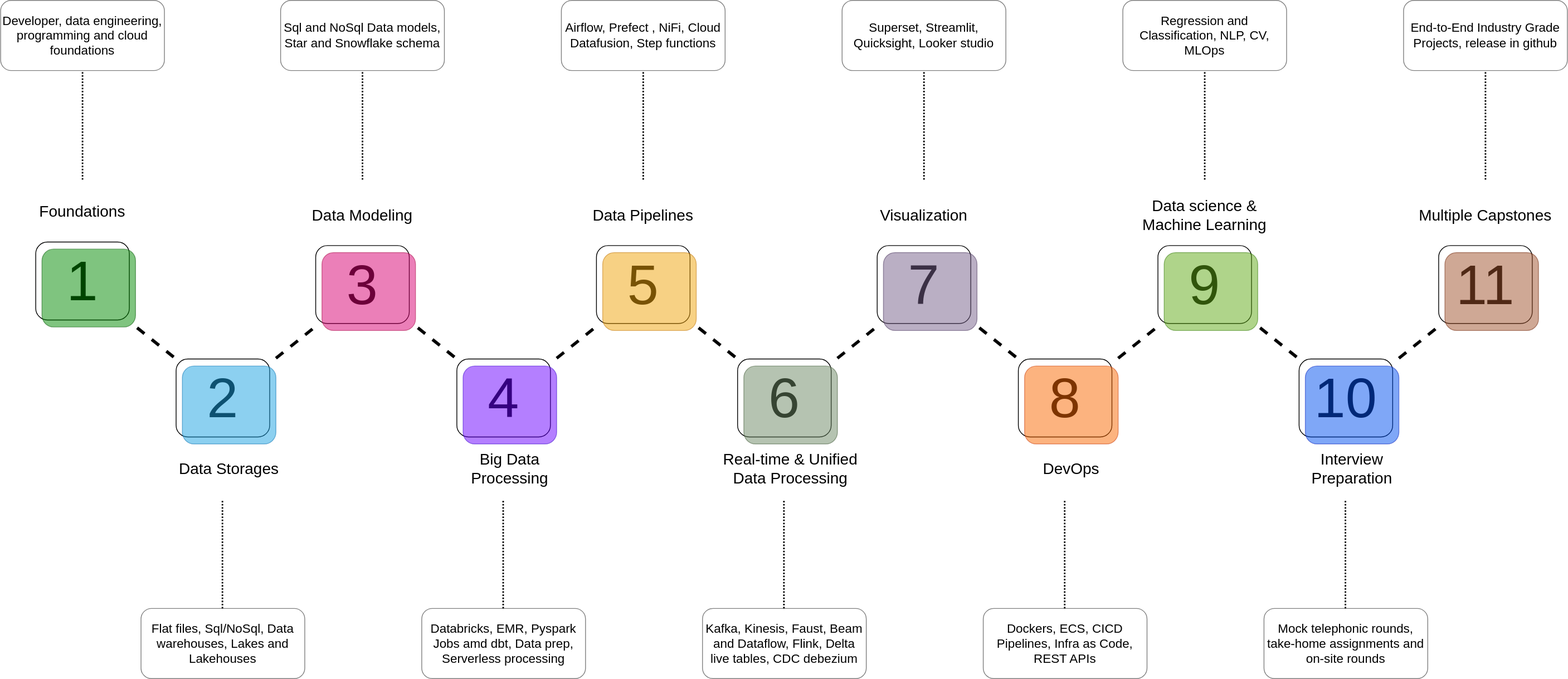
sparsh-ai/recohut keeps this draw.io diagram as 00-curriculum/img/advanced.drawio.svg. Above is the earlier version. Source tidied: cells renumbered, new cells last; positions are measured from the earlier drawing's top-left corner, leaving out a move shared by most shapes. Source of this version:
```xml
<mxGraphModel>
  <root>
    <mxCell id="0" />
    <mxCell id="1" parent="0" />
    <mxCell id="2" value="1" style="rounded=1;whiteSpace=wrap;html=1;fontSize=72;fontStyle=0;" parent="1" vertex="1">
      <mxGeometry x="45" y="310" width="120" height="100" as="geometry" />
    </mxCell>
    <mxCell id="3" style="rounded=1;whiteSpace=wrap;html=1;fontSize=72;fontStyle=0;fillColor=#008a00;fontColor=#ffffff;strokeColor=#005700;opacity=50;" parent="1" vertex="1">
      <mxGeometry x="53" y="319" width="120" height="100" as="geometry" />
    </mxCell>
    <mxCell id="4" value="Foundations" style="text;html=1;strokeColor=none;fillColor=none;align=center;verticalAlign=middle;whiteSpace=wrap;rounded=0;fontSize=20;opacity=50;" parent="1" vertex="1">
      <mxGeometry x="15" y="230" width="180" height="80" as="geometry" />
    </mxCell>
    <mxCell id="5" value="2" style="rounded=1;whiteSpace=wrap;html=1;fontSize=72;fontStyle=0;" parent="1" vertex="1">
      <mxGeometry x="225" y="460" width="120" height="100" as="geometry" />
    </mxCell>
    <mxCell id="6" style="endArrow=none;dashed=1;html=1;fontSize=20;strokeWidth=4;" parent="1" edge="1">
      <mxGeometry relative="1" as="geometry">
        <mxPoint x="175" y="420" as="sourcePoint" />
        <mxPoint x="225" y="460" as="targetPoint" />
      </mxGeometry>
    </mxCell>
    <mxCell id="7" style="rounded=1;whiteSpace=wrap;html=1;fontSize=72;fontStyle=0;fillColor=#1ba1e2;fontColor=#ffffff;strokeColor=#006EAF;opacity=50;" parent="1" vertex="1">
      <mxGeometry x="233" y="469" width="120" height="100" as="geometry" />
    </mxCell>
    <mxCell id="8" value="3" style="rounded=1;whiteSpace=wrap;html=1;fontSize=72;fontStyle=0;" parent="1" vertex="1">
      <mxGeometry x="404" y="314.5" width="120" height="100" as="geometry" />
    </mxCell>
    <mxCell id="9" style="endArrow=none;dashed=1;html=1;fontSize=20;strokeWidth=4;" parent="1" edge="1">
      <mxGeometry relative="1" as="geometry">
        <mxPoint x="353" y="459" as="sourcePoint" />
        <mxPoint x="403" y="419" as="targetPoint" />
      </mxGeometry>
    </mxCell>
    <mxCell id="10" style="rounded=1;whiteSpace=wrap;html=1;fontSize=72;fontStyle=0;fillColor=#d80073;fontColor=#ffffff;strokeColor=#A50040;opacity=50;" parent="1" vertex="1">
      <mxGeometry x="412" y="323.5" width="120" height="100" as="geometry" />
    </mxCell>
    <mxCell id="11" style="endArrow=none;html=1;strokeWidth=2;fontSize=20;exitX=0.5;exitY=0;exitDx=0;exitDy=0;dashed=1;dashPattern=1 1;" parent="1" edge="1" source="4">
      <mxGeometry relative="1" as="geometry">
        <mxPoint x="105" y="90" as="targetPoint" />
      </mxGeometry>
    </mxCell>
    <mxCell id="12" value="Developer, data engineering, programming and cloud foundations" style="rounded=1;whiteSpace=wrap;html=1;fontSize=16;fillColor=default;opacity=50;" parent="1" vertex="1">
      <mxGeometry width="210" height="90" as="geometry" />
    </mxCell>
    <mxCell id="13" style="endArrow=none;html=1;strokeWidth=2;fontSize=20;exitX=0.5;exitY=0;exitDx=0;exitDy=0;dashed=1;dashPattern=1 1;" parent="1" edge="1">
      <mxGeometry relative="1" as="geometry">
        <mxPoint x="464" y="230" as="sourcePoint" />
        <mxPoint x="464" y="90" as="targetPoint" />
      </mxGeometry>
    </mxCell>
    <mxCell id="14" value="Sql and NoSql Data models, Star and Snowflake schema" style="rounded=1;whiteSpace=wrap;html=1;fontSize=16;fillColor=default;opacity=50;" parent="1" vertex="1">
      <mxGeometry x="359" width="210" height="90" as="geometry" />
    </mxCell>
    <mxCell id="15" style="endArrow=none;html=1;strokeWidth=2;fontSize=20;exitX=0.5;exitY=0;exitDx=0;exitDy=0;dashed=1;dashPattern=1 1;" parent="1" edge="1">
      <mxGeometry relative="1" as="geometry">
        <mxPoint x="284.4" y="780" as="sourcePoint" />
        <mxPoint x="284.4" y="640" as="targetPoint" />
      </mxGeometry>
    </mxCell>
    <mxCell id="16" value="Flat files, Sql/NoSql, Data warehouses, Lakes and Lakehouses" style="rounded=1;whiteSpace=wrap;html=1;fontSize=16;fillColor=default;opacity=50;" parent="1" vertex="1">
      <mxGeometry x="180" y="780" width="210" height="90" as="geometry" />
    </mxCell>
    <mxCell id="17" value="Data Storages" style="text;html=1;strokeColor=none;fillColor=none;align=center;verticalAlign=middle;whiteSpace=wrap;rounded=0;fontSize=20;opacity=50;" parent="1" vertex="1">
      <mxGeometry x="203" y="560" width="180" height="80" as="geometry" />
    </mxCell>
    <mxCell id="18" value="Data Modeling" style="text;html=1;strokeColor=none;fillColor=none;align=center;verticalAlign=middle;whiteSpace=wrap;rounded=0;fontSize=20;opacity=50;" parent="1" vertex="1">
      <mxGeometry x="374" y="234.5" width="180" height="80" as="geometry" />
    </mxCell>
    <mxCell id="19" value="4" style="rounded=1;whiteSpace=wrap;html=1;fontSize=72;fontStyle=0;" parent="1" vertex="1">
      <mxGeometry x="585" y="460" width="120" height="100" as="geometry" />
    </mxCell>
    <mxCell id="20" style="endArrow=none;dashed=1;html=1;fontSize=20;strokeWidth=4;" parent="1" edge="1">
      <mxGeometry relative="1" as="geometry">
        <mxPoint x="535" y="420" as="sourcePoint" />
        <mxPoint x="585" y="460" as="targetPoint" />
      </mxGeometry>
    </mxCell>
    <mxCell id="21" style="endArrow=none;html=1;strokeWidth=2;fontSize=20;exitX=0.5;exitY=0;exitDx=0;exitDy=0;dashed=1;dashPattern=1 1;" parent="1" edge="1">
      <mxGeometry relative="1" as="geometry">
        <mxPoint x="644.4" y="780" as="sourcePoint" />
        <mxPoint x="644.4" y="640" as="targetPoint" />
      </mxGeometry>
    </mxCell>
    <mxCell id="22" value="Databricks, EMR, Pyspark Jobs amd dbt, Data prep, Serverless processing" style="rounded=1;whiteSpace=wrap;html=1;fontSize=16;fillColor=default;opacity=50;" parent="1" vertex="1">
      <mxGeometry x="540" y="780" width="210" height="90" as="geometry" />
    </mxCell>
    <mxCell id="23" value="Big Data Processing" style="text;html=1;strokeColor=none;fillColor=none;align=center;verticalAlign=middle;whiteSpace=wrap;rounded=0;fontSize=20;opacity=50;" parent="1" vertex="1">
      <mxGeometry x="563" y="560" width="180" height="80" as="geometry" />
    </mxCell>
    <mxCell id="24" style="rounded=1;whiteSpace=wrap;html=1;fontSize=72;fontStyle=0;fillColor=#6a00ff;fontColor=#ffffff;strokeColor=#3700CC;opacity=50;" parent="1" vertex="1">
      <mxGeometry x="593" y="469" width="120" height="100" as="geometry" />
    </mxCell>
    <mxCell id="25" value="5" style="rounded=1;whiteSpace=wrap;html=1;fontSize=72;fontStyle=0;" parent="1" vertex="1">
      <mxGeometry x="764" y="314.5" width="120" height="100" as="geometry" />
    </mxCell>
    <mxCell id="26" style="endArrow=none;dashed=1;html=1;fontSize=20;strokeWidth=4;" parent="1" edge="1">
      <mxGeometry relative="1" as="geometry">
        <mxPoint x="713" y="459" as="sourcePoint" />
        <mxPoint x="763" y="419" as="targetPoint" />
      </mxGeometry>
    </mxCell>
    <mxCell id="27" style="endArrow=none;html=1;strokeWidth=2;fontSize=20;exitX=0.5;exitY=0;exitDx=0;exitDy=0;dashed=1;dashPattern=1 1;" parent="1" edge="1">
      <mxGeometry relative="1" as="geometry">
        <mxPoint x="824" y="230" as="sourcePoint" />
        <mxPoint x="824" y="90" as="targetPoint" />
      </mxGeometry>
    </mxCell>
    <mxCell id="28" value="Airflow, Prefect , NiFi, Cloud Datafusion, Step functions" style="rounded=1;whiteSpace=wrap;html=1;fontSize=16;fillColor=default;opacity=50;" parent="1" vertex="1">
      <mxGeometry x="719" width="210" height="90" as="geometry" />
    </mxCell>
    <mxCell id="29" value="Data Pipelines" style="text;html=1;strokeColor=none;fillColor=none;align=center;verticalAlign=middle;whiteSpace=wrap;rounded=0;fontSize=20;opacity=50;" parent="1" vertex="1">
      <mxGeometry x="734" y="234.5" width="180" height="80" as="geometry" />
    </mxCell>
    <mxCell id="30" style="rounded=1;whiteSpace=wrap;html=1;fontSize=72;fontStyle=0;fillColor=#f0a30a;fontColor=#000000;strokeColor=#BD7000;opacity=50;" parent="1" vertex="1">
      <mxGeometry x="772" y="323.5" width="120" height="100" as="geometry" />
    </mxCell>
    <mxCell id="31" value="6" style="rounded=1;whiteSpace=wrap;html=1;fontSize=72;fontStyle=0;" parent="1" vertex="1">
      <mxGeometry x="945" y="460" width="120" height="100" as="geometry" />
    </mxCell>
    <mxCell id="32" style="endArrow=none;dashed=1;html=1;fontSize=20;strokeWidth=4;" parent="1" edge="1">
      <mxGeometry relative="1" as="geometry">
        <mxPoint x="895" y="420" as="sourcePoint" />
        <mxPoint x="945" y="460" as="targetPoint" />
      </mxGeometry>
    </mxCell>
    <mxCell id="33" style="endArrow=none;html=1;strokeWidth=2;fontSize=20;exitX=0.5;exitY=0;exitDx=0;exitDy=0;dashed=1;dashPattern=1 1;" parent="1" edge="1">
      <mxGeometry relative="1" as="geometry">
        <mxPoint x="1004.4" y="780" as="sourcePoint" />
        <mxPoint x="1004.4" y="640" as="targetPoint" />
      </mxGeometry>
    </mxCell>
    <mxCell id="34" value="Kafka, Kinesis, Faust, Beam and Dataflow, Flink, Delta live tables, CDC debezium" style="rounded=1;whiteSpace=wrap;html=1;fontSize=16;fillColor=default;opacity=50;" parent="1" vertex="1">
      <mxGeometry x="900" y="780" width="210" height="90" as="geometry" />
    </mxCell>
    <mxCell id="35" value="Real-time &amp;amp; Unified Data Processing" style="text;html=1;strokeColor=none;fillColor=none;align=center;verticalAlign=middle;whiteSpace=wrap;rounded=0;fontSize=20;opacity=50;" parent="1" vertex="1">
      <mxGeometry x="923" y="560" width="180" height="80" as="geometry" />
    </mxCell>
    <mxCell id="36" style="rounded=1;whiteSpace=wrap;html=1;fontSize=72;fontStyle=0;fillColor=#6d8764;fontColor=#ffffff;strokeColor=#3A5431;opacity=50;" parent="1" vertex="1">
      <mxGeometry x="953" y="469" width="120" height="100" as="geometry" />
    </mxCell>
    <mxCell id="37" value="7" style="rounded=1;whiteSpace=wrap;html=1;fontSize=72;fontStyle=0;" parent="1" vertex="1">
      <mxGeometry x="1124" y="314.5" width="120" height="100" as="geometry" />
    </mxCell>
    <mxCell id="38" style="endArrow=none;dashed=1;html=1;fontSize=20;strokeWidth=4;" parent="1" edge="1">
      <mxGeometry relative="1" as="geometry">
        <mxPoint x="1073" y="459" as="sourcePoint" />
        <mxPoint x="1123" y="419" as="targetPoint" />
      </mxGeometry>
    </mxCell>
    <mxCell id="39" style="endArrow=none;html=1;strokeWidth=2;fontSize=20;exitX=0.5;exitY=0;exitDx=0;exitDy=0;dashed=1;dashPattern=1 1;" parent="1" edge="1">
      <mxGeometry relative="1" as="geometry">
        <mxPoint x="1184" y="230" as="sourcePoint" />
        <mxPoint x="1184" y="90" as="targetPoint" />
      </mxGeometry>
    </mxCell>
    <mxCell id="40" value="Superset, Streamlit, Quicksight, Looker studio" style="rounded=1;whiteSpace=wrap;html=1;fontSize=16;fillColor=default;opacity=50;" parent="1" vertex="1">
      <mxGeometry x="1079" width="210" height="90" as="geometry" />
    </mxCell>
    <mxCell id="41" value="Visualization" style="text;html=1;strokeColor=none;fillColor=none;align=center;verticalAlign=middle;whiteSpace=wrap;rounded=0;fontSize=20;opacity=50;" parent="1" vertex="1">
      <mxGeometry x="1094" y="234.5" width="180" height="80" as="geometry" />
    </mxCell>
    <mxCell id="42" style="rounded=1;whiteSpace=wrap;html=1;fontSize=72;fontStyle=0;fillColor=#76608a;fontColor=#ffffff;strokeColor=#432D57;opacity=50;" parent="1" vertex="1">
      <mxGeometry x="1132" y="323.5" width="120" height="100" as="geometry" />
    </mxCell>
    <mxCell id="43" value="8" style="rounded=1;whiteSpace=wrap;html=1;fontSize=72;fontStyle=0;" parent="1" vertex="1">
      <mxGeometry x="1305" y="460" width="120" height="100" as="geometry" />
    </mxCell>
    <mxCell id="44" style="endArrow=none;dashed=1;html=1;fontSize=20;strokeWidth=4;" parent="1" edge="1">
      <mxGeometry relative="1" as="geometry">
        <mxPoint x="1255" y="420" as="sourcePoint" />
        <mxPoint x="1305" y="460" as="targetPoint" />
      </mxGeometry>
    </mxCell>
    <mxCell id="45" style="endArrow=none;html=1;strokeWidth=2;fontSize=20;exitX=0.5;exitY=0;exitDx=0;exitDy=0;dashed=1;dashPattern=1 1;" parent="1" edge="1">
      <mxGeometry relative="1" as="geometry">
        <mxPoint x="1364.4" y="780" as="sourcePoint" />
        <mxPoint x="1364.4" y="640" as="targetPoint" />
      </mxGeometry>
    </mxCell>
    <mxCell id="46" value="Dockers, ECS, CICD Pipelines, Infra as Code, REST APIs" style="rounded=1;whiteSpace=wrap;html=1;fontSize=16;fillColor=default;opacity=50;" parent="1" vertex="1">
      <mxGeometry x="1260" y="780" width="210" height="90" as="geometry" />
    </mxCell>
    <mxCell id="47" value="DevOps" style="text;html=1;strokeColor=none;fillColor=none;align=center;verticalAlign=middle;whiteSpace=wrap;rounded=0;fontSize=20;opacity=50;" parent="1" vertex="1">
      <mxGeometry x="1283" y="560" width="180" height="80" as="geometry" />
    </mxCell>
    <mxCell id="48" style="rounded=1;whiteSpace=wrap;html=1;fontSize=72;fontStyle=0;fillColor=#fa6800;fontColor=#000000;strokeColor=#C73500;opacity=50;" parent="1" vertex="1">
      <mxGeometry x="1313" y="469" width="120" height="100" as="geometry" />
    </mxCell>
    <mxCell id="49" value="9" style="rounded=1;whiteSpace=wrap;html=1;fontSize=72;fontStyle=0;" parent="1" vertex="1">
      <mxGeometry x="1484" y="314.5" width="120" height="100" as="geometry" />
    </mxCell>
    <mxCell id="50" style="endArrow=none;dashed=1;html=1;fontSize=20;strokeWidth=4;" parent="1" edge="1">
      <mxGeometry relative="1" as="geometry">
        <mxPoint x="1433" y="459" as="sourcePoint" />
        <mxPoint x="1483" y="419" as="targetPoint" />
      </mxGeometry>
    </mxCell>
    <mxCell id="51" style="endArrow=none;html=1;strokeWidth=2;fontSize=20;exitX=0.5;exitY=0;exitDx=0;exitDy=0;dashed=1;dashPattern=1 1;" parent="1" edge="1">
      <mxGeometry relative="1" as="geometry">
        <mxPoint x="1544" y="230" as="sourcePoint" />
        <mxPoint x="1544" y="90" as="targetPoint" />
      </mxGeometry>
    </mxCell>
    <mxCell id="52" value="Regression and Classification, NLP, CV, MLOps" style="rounded=1;whiteSpace=wrap;html=1;fontSize=16;fillColor=default;opacity=50;" parent="1" vertex="1">
      <mxGeometry x="1439" width="210" height="90" as="geometry" />
    </mxCell>
    <mxCell id="53" value="Data science &amp;amp; Machine Learning" style="text;html=1;strokeColor=none;fillColor=none;align=center;verticalAlign=middle;whiteSpace=wrap;rounded=0;fontSize=20;opacity=50;" parent="1" vertex="1">
      <mxGeometry x="1454" y="234.5" width="180" height="80" as="geometry" />
    </mxCell>
    <mxCell id="54" style="rounded=1;whiteSpace=wrap;html=1;fontSize=72;fontStyle=0;fillColor=#60a917;fontColor=#ffffff;strokeColor=#2D7600;opacity=50;" parent="1" vertex="1">
      <mxGeometry x="1492" y="323.5" width="120" height="100" as="geometry" />
    </mxCell>
    <mxCell id="55" value="10" style="rounded=1;whiteSpace=wrap;html=1;fontSize=72;fontStyle=0;" parent="1" vertex="1">
      <mxGeometry x="1665" y="460" width="120" height="100" as="geometry" />
    </mxCell>
    <mxCell id="56" style="endArrow=none;dashed=1;html=1;fontSize=20;strokeWidth=4;" parent="1" edge="1">
      <mxGeometry relative="1" as="geometry">
        <mxPoint x="1615" y="420" as="sourcePoint" />
        <mxPoint x="1665" y="460" as="targetPoint" />
      </mxGeometry>
    </mxCell>
    <mxCell id="57" style="endArrow=none;html=1;strokeWidth=2;fontSize=20;exitX=0.5;exitY=0;exitDx=0;exitDy=0;dashed=1;dashPattern=1 1;" parent="1" edge="1">
      <mxGeometry relative="1" as="geometry">
        <mxPoint x="1724.4" y="780" as="sourcePoint" />
        <mxPoint x="1724.4" y="640" as="targetPoint" />
      </mxGeometry>
    </mxCell>
    <mxCell id="58" value="Mock telephonic rounds, take-home assignments and on-site rounds" style="rounded=1;whiteSpace=wrap;html=1;fontSize=16;fillColor=default;opacity=50;" parent="1" vertex="1">
      <mxGeometry x="1620" y="780" width="210" height="90" as="geometry" />
    </mxCell>
    <mxCell id="59" value="Interview Preparation" style="text;html=1;strokeColor=none;fillColor=none;align=center;verticalAlign=middle;whiteSpace=wrap;rounded=0;fontSize=20;opacity=50;" parent="1" vertex="1">
      <mxGeometry x="1643" y="560" width="180" height="80" as="geometry" />
    </mxCell>
    <mxCell id="60" style="rounded=1;whiteSpace=wrap;html=1;fontSize=72;fontStyle=0;fillColor=#0050ef;fontColor=#ffffff;strokeColor=#001DBC;opacity=50;" parent="1" vertex="1">
      <mxGeometry x="1673" y="469" width="120" height="100" as="geometry" />
    </mxCell>
    <mxCell id="61" value="11" style="rounded=1;whiteSpace=wrap;html=1;fontSize=72;fontStyle=0;" parent="1" vertex="1">
      <mxGeometry x="1844" y="314.5" width="120" height="100" as="geometry" />
    </mxCell>
    <mxCell id="62" style="endArrow=none;dashed=1;html=1;fontSize=20;strokeWidth=4;" parent="1" edge="1">
      <mxGeometry relative="1" as="geometry">
        <mxPoint x="1793" y="459" as="sourcePoint" />
        <mxPoint x="1843" y="419" as="targetPoint" />
      </mxGeometry>
    </mxCell>
    <mxCell id="63" style="endArrow=none;html=1;strokeWidth=2;fontSize=20;exitX=0.5;exitY=0;exitDx=0;exitDy=0;dashed=1;dashPattern=1 1;" parent="1" edge="1">
      <mxGeometry relative="1" as="geometry">
        <mxPoint x="1904" y="230" as="sourcePoint" />
        <mxPoint x="1904" y="90" as="targetPoint" />
      </mxGeometry>
    </mxCell>
    <mxCell id="64" value="End-to-End Industry Grade Projects, release in github" style="rounded=1;whiteSpace=wrap;html=1;fontSize=16;fillColor=default;opacity=50;" parent="1" vertex="1">
      <mxGeometry x="1799" width="210" height="90" as="geometry" />
    </mxCell>
    <mxCell id="65" value="Multiple Capstones" style="text;html=1;strokeColor=none;fillColor=none;align=center;verticalAlign=middle;whiteSpace=wrap;rounded=0;fontSize=20;opacity=50;" parent="1" vertex="1">
      <mxGeometry x="1814" y="234.5" width="180" height="80" as="geometry" />
    </mxCell>
    <mxCell id="66" style="rounded=1;whiteSpace=wrap;html=1;fontSize=72;fontStyle=0;fillColor=#a0522d;fontColor=#ffffff;strokeColor=#6D1F00;opacity=50;" parent="1" vertex="1">
      <mxGeometry x="1852" y="323.5" width="120" height="100" as="geometry" />
    </mxCell>
  </root>
</mxGraphModel>
```
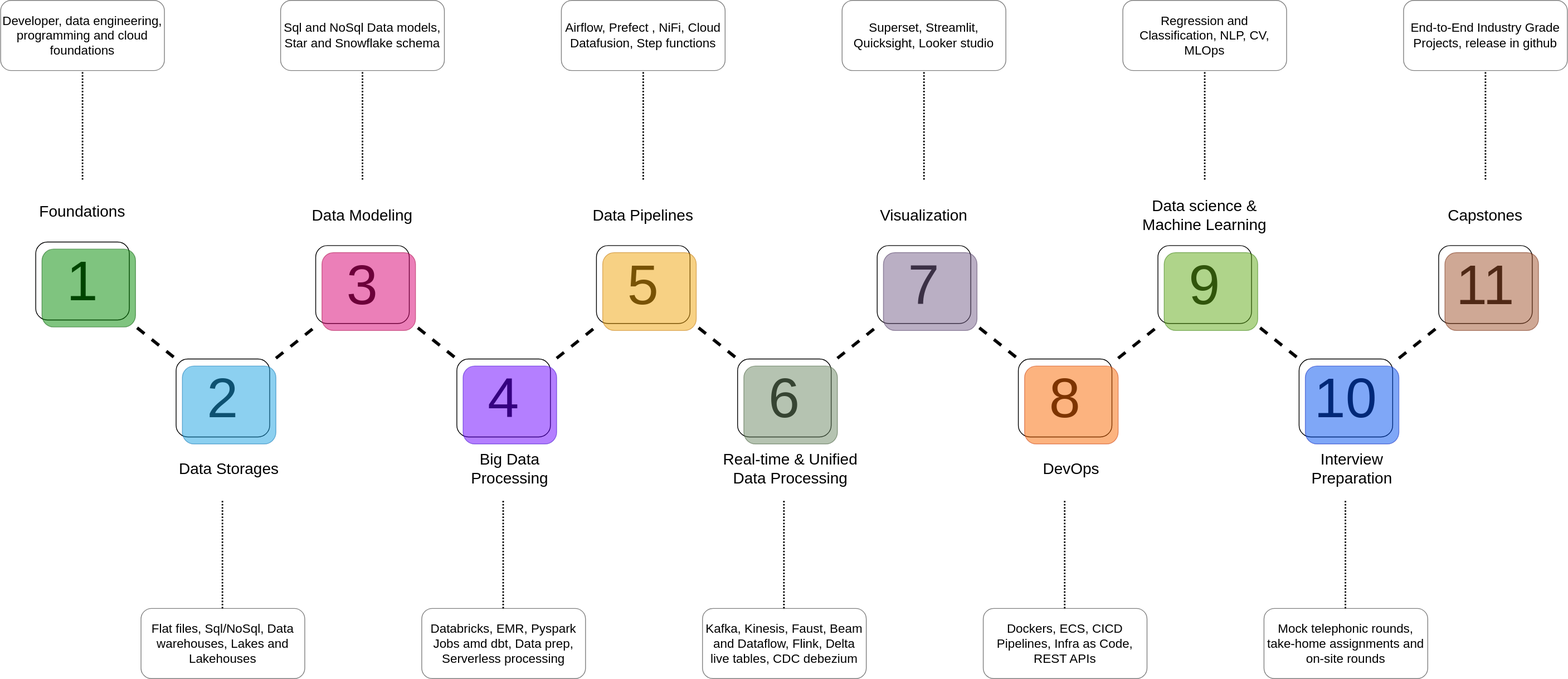
Later version of the same file.

Diff of the diagram source:
```diff
@@ -253,7 +253,7 @@
     <mxCell id="64" value="End-to-End Industry Grade Projects, release in github" style="rounded=1;whiteSpace=wrap;html=1;fontSize=16;fillColor=default;opacity=50;" parent="1" vertex="1">
       <mxGeometry x="1799" width="210" height="90" as="geometry" />
     </mxCell>
-    <mxCell id="65" value="Multiple Capstones" style="text;html=1;strokeColor=none;fillColor=none;align=center;verticalAlign=middle;whiteSpace=wrap;rounded=0;fontSize=20;opacity=50;" parent="1" vertex="1">
+    <mxCell id="65" value="Capstones" style="text;html=1;strokeColor=none;fillColor=none;align=center;verticalAlign=middle;whiteSpace=wrap;rounded=0;fontSize=20;opacity=50;" parent="1" vertex="1">
       <mxGeometry x="1814" y="234.5" width="180" height="80" as="geometry" />
     </mxCell>
     <mxCell id="66" style="rounded=1;whiteSpace=wrap;html=1;fontSize=72;fontStyle=0;fillColor=#a0522d;fontColor=#ffffff;strokeColor=#6D1F00;opacity=50;" parent="1" vertex="1">
```
